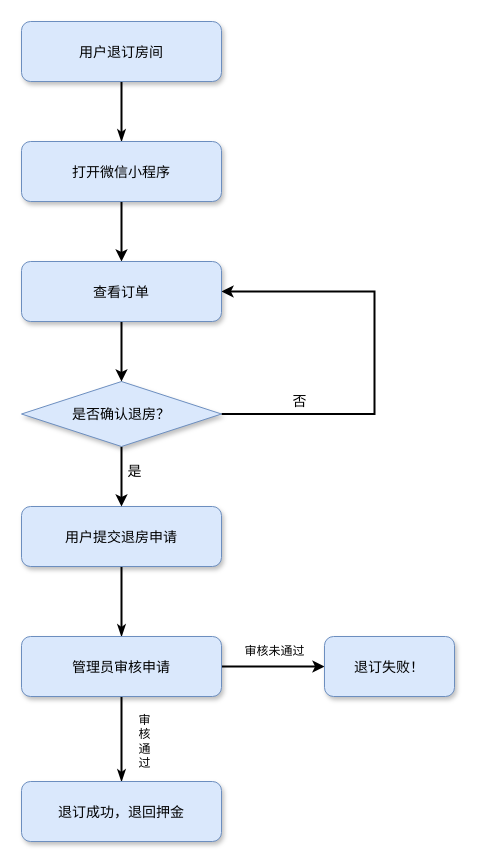
AndSonder/smart-hotel-database keeps this draw.io diagram as docs/src/客户退订.drawio. Above is the earlier version. Source tidied: cells renumbered, new cells numbered last; positions are measured from the earlier drawing's top-left corner, leaving out a move shared by most shapes. Both pictures are drawn from the tidied source at 100%, with x=0, y=0 at pixel (21, 21).
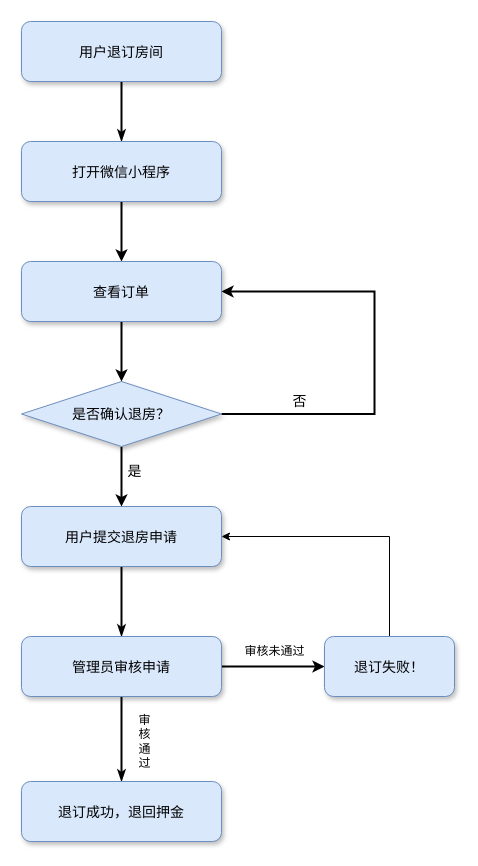
Above is the later version.

Commit message (it also covers changes not shown here):
更新了需求分析文档图片

The change refers to these unchanged cells:
```xml
<mxCell id="7" value="用户提交退房申请" style="rounded=1;fillColor=#dae8fc;strokeColor=#6c8ebf;shadow=1;fontStyle=0;fontSize=14;" parent="1" vertex="1">
  <mxGeometry y="485" width="200" height="60" as="geometry" />
</mxCell>
<mxCell id="17" value="退订失败！" style="rounded=1;fillColor=#dae8fc;strokeColor=#6c8ebf;shadow=1;fontStyle=0;fontSize=14;" parent="1" vertex="1">
  <mxGeometry x="303" y="615" width="130" height="60" as="geometry" />
</mxCell>
```

Diff of the diagram source:
```diff
@@
+    <mxCell id="22" style="edgeStyle=orthogonalEdgeStyle;rounded=0;jettySize=auto;html=1;exitX=0.5;exitY=0;exitDx=0;exitDy=0;entryX=1;entryY=0.5;entryDx=0;entryDy=0;" parent="1" edge="1" source="17" target="7">
+      <mxGeometry relative="1" as="geometry" />
+    </mxCell>
```
